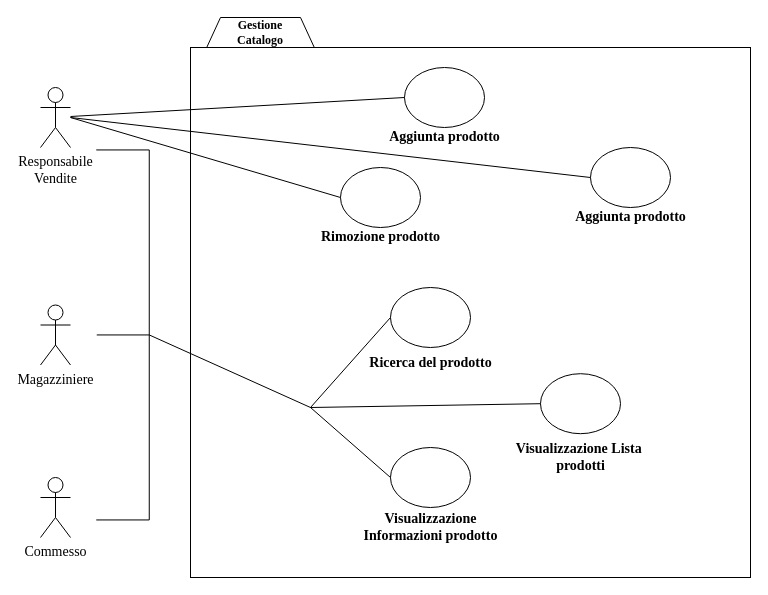
Above: bozze/GestioneCatalogoALPHA.drawio in Carmineh/IT-Manager (draw.io), before the change. Source tidied: cells renumbered, new cells numbered last; positions are measured from the earlier drawing's top-left corner, leaving out a move shared by most shapes. Both pictures are drawn from the tidied source at 100%, with x=0, y=0 at pixel (-62, 17).
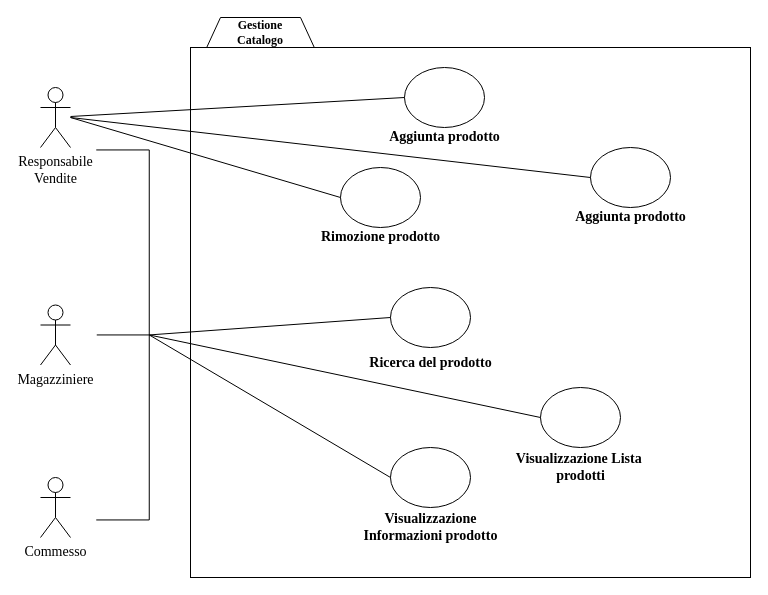
After the change.

Unchanged cells that the change refers to:
```xml
<mxCell id="8" value="&lt;div&gt;&lt;br&gt;&lt;/div&gt;&lt;div&gt;&lt;br&gt;&lt;/div&gt;&lt;div&gt;&lt;br&gt;&lt;/div&gt;&lt;div&gt;&lt;br&gt;&lt;/div&gt;&lt;div&gt;&lt;br&gt;&lt;/div&gt;&lt;div&gt;&lt;br&gt;&lt;/div&gt;" style="ellipse;whiteSpace=wrap;html=1;" parent="1" vertex="1">
  <mxGeometry x="452" y="430" width="80" height="60" as="geometry" />
</mxCell>
<mxCell id="13" value="&lt;div&gt;&lt;br&gt;&lt;/div&gt;&lt;div&gt;&lt;br&gt;&lt;/div&gt;&lt;div&gt;&lt;br&gt;&lt;/div&gt;&lt;div&gt;&lt;br&gt;&lt;/div&gt;&lt;div&gt;&lt;br&gt;&lt;/div&gt;&lt;div&gt;&lt;br&gt;&lt;/div&gt;" style="ellipse;whiteSpace=wrap;html=1;" parent="1" vertex="1">
  <mxGeometry x="452" y="270" width="80" height="60" as="geometry" />
</mxCell>
<mxCell id="16" style="shape=partialRectangle;whiteSpace=wrap;html=1;bottom=1;right=1;left=1;top=0;fillColor=none;routingCenterX=-0.5;rotation=-90;" parent="1" vertex="1">
  <mxGeometry x="-0.5" y="291.2" width="370" height="52.5" as="geometry" />
</mxCell>
```

Diff of the diagram source:
```diff
@@
     <mxCell id="12" value="&lt;div&gt;&lt;br&gt;&lt;/div&gt;&lt;div&gt;&lt;br&gt;&lt;/div&gt;&lt;div&gt;&lt;br&gt;&lt;/div&gt;&lt;div&gt;&lt;br&gt;&lt;/div&gt;&lt;div&gt;&lt;br&gt;&lt;/div&gt;&lt;div&gt;&lt;br&gt;&lt;/div&gt;" style="ellipse;whiteSpace=wrap;html=1;" parent="1" vertex="1">
-      <mxGeometry x="602" y="356.2" width="80" height="60" as="geometry" />
+      <mxGeometry x="602" y="370" width="80" height="60" as="geometry" />
     </mxCell>
@@
-    <mxCell id="18" style="endArrow=none;html=1;entryX=0;entryY=0.5;entryDx=0;entryDy=0;" parent="1" edge="1" target="13">
-      <mxGeometry relative="1" as="geometry">
-        <mxPoint x="372" y="390" as="sourcePoint" />
-      </mxGeometry>
-    </mxCell>
-    <mxCell id="19" style="endArrow=none;html=1;entryX=0;entryY=0.5;entryDx=0;entryDy=0;" parent="1" edge="1" target="12">
-      <mxGeometry relative="1" as="geometry">
-        <mxPoint x="372" y="390" as="sourcePoint" />
-      </mxGeometry>
-    </mxCell>
-    <mxCell id="20" style="endArrow=none;html=1;entryX=0;entryY=0.5;entryDx=0;entryDy=0;" parent="1" edge="1" target="8">
-      <mxGeometry relative="1" as="geometry">
-        <mxPoint x="372" y="390" as="sourcePoint" />
-      </mxGeometry>
-    </mxCell>
-    <mxCell id="21" style="endArrow=none;html=1;entryX=0.5;entryY=1;entryDx=0;entryDy=0;" parent="1" edge="1" target="16">
-      <mxGeometry relative="1" as="geometry">
-        <mxPoint x="372" y="390" as="sourcePoint" />
-      </mxGeometry>
-    </mxCell>
@@
     <mxCell id="25" value="&lt;font face=&quot;Times New Roman&quot;&gt;&lt;span style=&quot;font-size: 14px&quot;&gt;&lt;b&gt;Visualizzazione Lista&amp;nbsp;&lt;br&gt;prodotti&lt;br&gt;&lt;/b&gt;&lt;/span&gt;&lt;/font&gt;" style="text;html=1;strokeColor=none;fillColor=none;align=center;verticalAlign=middle;whiteSpace=wrap;rounded=0;" parent="1" vertex="1">
-      <mxGeometry x="569.5" y="430" width="145" height="20" as="geometry" />
+      <mxGeometry x="569.5" y="440" width="145" height="20" as="geometry" />
     </mxCell>
@@
+    <mxCell id="29" style="endArrow=none;html=1;exitX=0.5;exitY=1;exitDx=0;exitDy=0;entryX=0;entryY=0.5;entryDx=0;entryDy=0;" parent="1" edge="1" source="16" target="13">
+      <mxGeometry relative="1" as="geometry" />
+    </mxCell>
+    <mxCell id="30" style="endArrow=none;html=1;exitX=0.5;exitY=1;exitDx=0;exitDy=0;entryX=0;entryY=0.5;entryDx=0;entryDy=0;" parent="1" edge="1" source="16" target="12">
+      <mxGeometry relative="1" as="geometry" />
+    </mxCell>
+    <mxCell id="31" style="endArrow=none;html=1;exitX=0.5;exitY=1;exitDx=0;exitDy=0;entryX=0;entryY=0.5;entryDx=0;entryDy=0;" parent="1" edge="1" source="16" target="8">
+      <mxGeometry relative="1" as="geometry" />
+    </mxCell>
```
